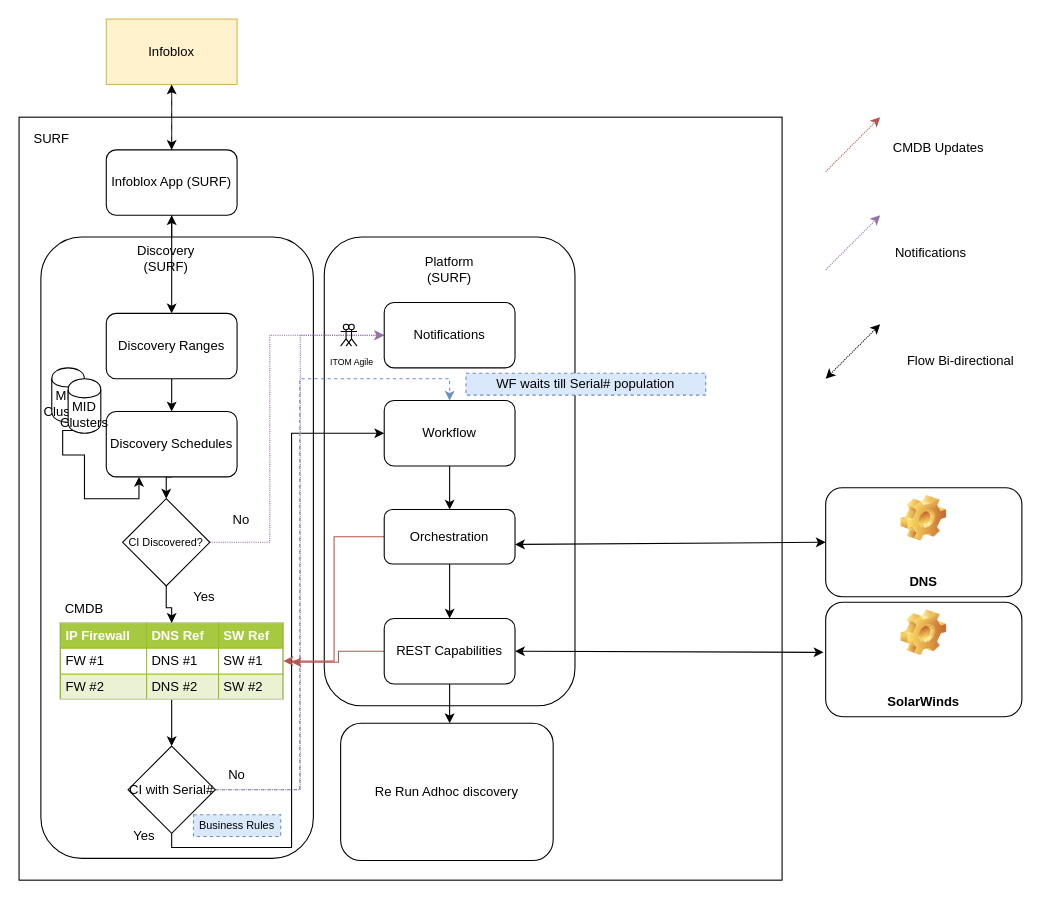
Earlier version of the draw.io diagram Untitled Diagram.drawio (sudharsanansr/work-evtmgmt-automationflows). Source tidied: cells renumbered, new cells numbered last; positions are measured from the earlier drawing's top-left corner, leaving out a move shared by most shapes. Both pictures are drawn from the tidied source at 109%, with x=0, y=0 at pixel (19, 19).
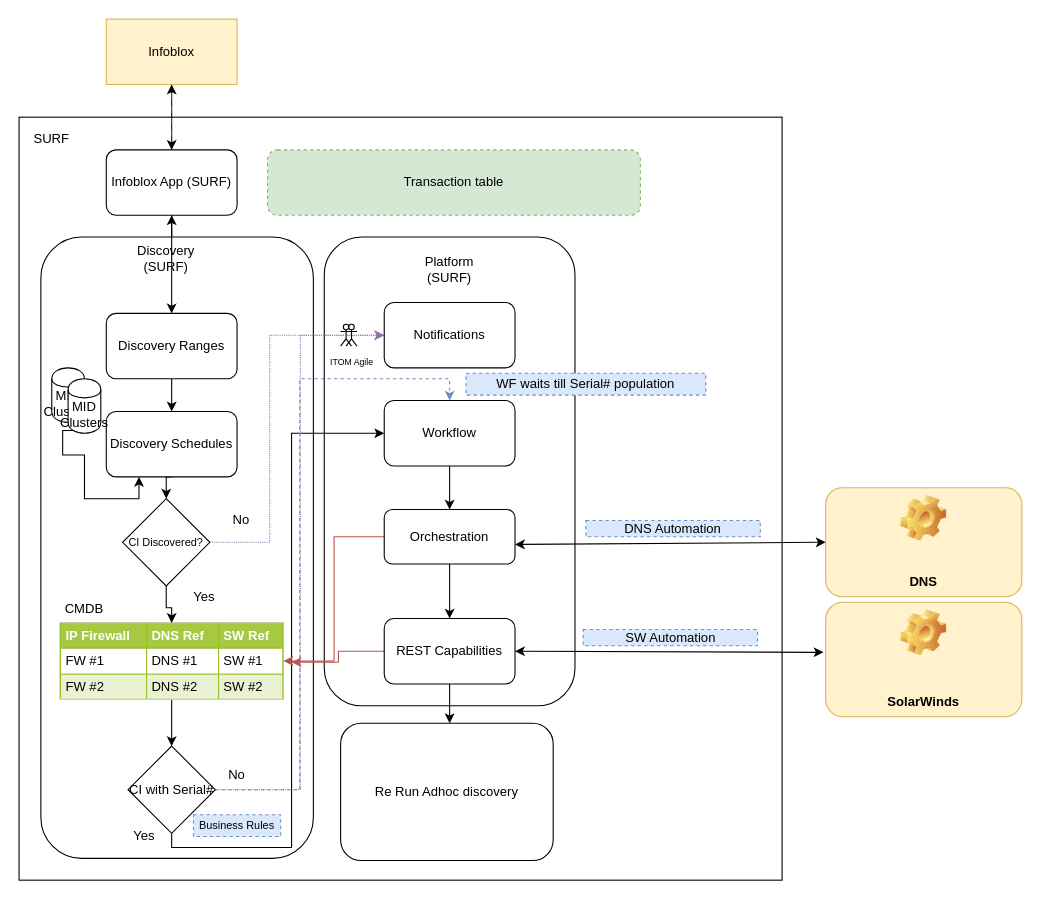
The same page after the edit.

Change to the diagram source:
```diff
@@
-    <mxCell id="46" value="DNS" style="label;whiteSpace=wrap;html=1;align=center;verticalAlign=bottom;spacingLeft=0;spacingBottom=4;imageAlign=center;imageVerticalAlign=top;image=img/clipart/Gear_128x128.png;" parent="1" vertex="1">
+    <mxCell id="46" value="DNS" style="label;whiteSpace=wrap;html=1;align=center;verticalAlign=bottom;spacingLeft=0;spacingBottom=4;imageAlign=center;imageVerticalAlign=top;image=img/clipart/Gear_128x128.png;fillColor=#fff2cc;strokeColor=#d6b656;" parent="1" vertex="1">
       <mxGeometry x="740" y="430" width="180" height="100" as="geometry" />
     </mxCell>
-    <mxCell id="47" value="SolarWinds" style="label;whiteSpace=wrap;html=1;align=center;verticalAlign=bottom;spacingLeft=0;spacingBottom=4;imageAlign=center;imageVerticalAlign=top;image=img/clipart/Gear_128x128.png;" parent="1" vertex="1">
+    <mxCell id="47" value="SolarWinds" style="label;whiteSpace=wrap;html=1;align=center;verticalAlign=bottom;spacingLeft=0;spacingBottom=4;imageAlign=center;imageVerticalAlign=top;image=img/clipart/Gear_128x128.png;fillColor=#fff2cc;strokeColor=#d6b656;" parent="1" vertex="1">
       <mxGeometry x="740" y="535" width="180" height="105" as="geometry" />
     </mxCell>
@@
-    <mxCell id="52" style="endArrow=classic;html=1;dashed=1;dashPattern=1 1;strokeColor=#b85450;fillColor=#f8cecc;" parent="1" edge="1">
-      <mxGeometry relative="1" as="geometry">
-        <mxPoint x="740" y="140" as="sourcePoint" />
-        <mxPoint x="790" y="90" as="targetPoint" />
-      </mxGeometry>
-    </mxCell>
-    <mxCell id="53" value="CMDB Updates" style="text;html=1;align=left;verticalAlign=top;spacingTop=-4;" parent="1" vertex="1">
-      <mxGeometry x="800" y="108" width="100" height="20" as="geometry" />
-    </mxCell>
-    <mxCell id="54" style="endArrow=classic;html=1;dashed=1;dashPattern=1 1;strokeColor=#9673a6;fillColor=#e1d5e7;" parent="1" edge="1">
-      <mxGeometry relative="1" as="geometry">
-        <mxPoint x="740" y="230" as="sourcePoint" />
-        <mxPoint x="790" y="180" as="targetPoint" />
-      </mxGeometry>
-    </mxCell>
-    <mxCell id="55" value="Notifications" style="text;html=1;align=left;verticalAlign=top;spacingTop=-4;" parent="1" vertex="1">
-      <mxGeometry x="802" y="205" width="80" height="20" as="geometry" />
-    </mxCell>
-    <mxCell id="56" style="endArrow=classic;startArrow=classic;html=1;dashed=1;dashPattern=1 1;strokeColor=#000000;" parent="1" edge="1">
-      <mxGeometry relative="1" as="geometry">
-        <mxPoint x="740" y="330" as="sourcePoint" />
-        <mxPoint x="790" y="280" as="targetPoint" />
-      </mxGeometry>
-    </mxCell>
-    <mxCell id="57" value="Flow Bi-directional" style="text;html=1;align=left;verticalAlign=top;spacingTop=-4;" parent="1" vertex="1">
-      <mxGeometry x="813" y="304" width="110" height="20" as="geometry" />
-    </mxCell>
@@
+    <mxCell id="59" value="DNS Automation" style="text;html=1;strokeColor=#6c8ebf;fillColor=#dae8fc;align=center;verticalAlign=middle;whiteSpace=wrap;rounded=0;dashed=1;" parent="1" vertex="1">
+      <mxGeometry x="520" y="460" width="160" height="15" as="geometry" />
+    </mxCell>
+    <mxCell id="60" value="SW Automation" style="text;html=1;strokeColor=#6c8ebf;fillColor=#dae8fc;align=center;verticalAlign=middle;whiteSpace=wrap;rounded=0;dashed=1;" parent="1" vertex="1">
+      <mxGeometry x="517.5" y="560" width="160" height="15" as="geometry" />
+    </mxCell>
+    <mxCell id="61" value="Transaction table" style="rounded=1;whiteSpace=wrap;html=1;dashed=1;fillColor=#d5e8d4;strokeColor=#82b366;" parent="1" vertex="1">
+      <mxGeometry x="228" y="120" width="342" height="60" as="geometry" />
+    </mxCell>
```
